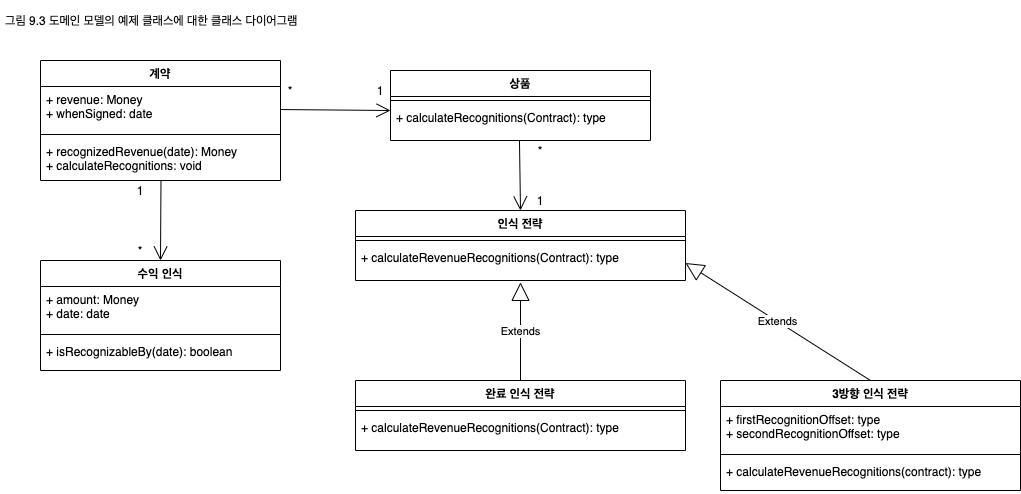
Above: pattern/domain-model/domain-model-9-3.png in wonder13662/pattern-of-enterprise-application-architecture (draw.io), before the change. Source tidied: cells renumbered, new cells last; positions are measured from the earlier drawing's top-left corner, leaving out a move shared by most shapes. The source it was exported from:
```xml
<mxGraphModel>
  <root>
    <mxCell id="0" />
    <mxCell id="1" parent="0" />
    <mxCell id="2" value="상품" style="swimlane;fontStyle=1;align=center;verticalAlign=top;horizontal=1;startSize=26;" parent="1" vertex="1">
      <mxGeometry x="390" y="70" width="260" height="70" as="geometry" />
    </mxCell>
    <mxCell id="3" style="line;strokeWidth=1;fillColor=none;align=left;verticalAlign=middle;spacingTop=-1;spacingLeft=3;spacingRight=3;labelPosition=right;" parent="2" vertex="1">
      <mxGeometry y="26" width="260" height="8" as="geometry" />
    </mxCell>
    <mxCell id="4" value="+ calculateRecognitions(Contract): type" style="text;strokeColor=none;fillColor=none;align=left;verticalAlign=top;spacingLeft=4;spacingRight=4;overflow=hidden;points=[[0,0.5],[1,0.5]];portConstraint=eastwest;" parent="2" vertex="1">
      <mxGeometry y="34" width="260" height="36" as="geometry" />
    </mxCell>
    <mxCell id="5" value="그림 9.3 도메인 모델의 예제 클래스에 대한 클래스 다이어그램" style="text;align=left;fontStyle=0;verticalAlign=middle;spacingLeft=3;spacingRight=3;strokeColor=none;labelPosition=center;verticalLabelPosition=middle;" parent="1" vertex="1">
      <mxGeometry width="680" height="40" as="geometry" />
    </mxCell>
    <mxCell id="6" value="계약" style="swimlane;fontStyle=1;align=center;verticalAlign=top;horizontal=1;startSize=26;" parent="1" vertex="1">
      <mxGeometry x="40" y="60" width="240" height="120" as="geometry" />
    </mxCell>
    <mxCell id="7" value="+ revenue: Money&#10;+ whenSigned: date" style="text;strokeColor=none;fillColor=none;align=left;verticalAlign=top;spacingLeft=4;spacingRight=4;overflow=hidden;points=[[0,0.5],[1,0.5]];portConstraint=eastwest;" parent="6" vertex="1">
      <mxGeometry y="26" width="240" height="44" as="geometry" />
    </mxCell>
    <mxCell id="8" style="line;strokeWidth=1;fillColor=none;align=left;verticalAlign=middle;spacingTop=-1;spacingLeft=3;spacingRight=3;labelPosition=right;" parent="6" vertex="1">
      <mxGeometry y="70" width="240" height="8" as="geometry" />
    </mxCell>
    <mxCell id="9" value="+ recognizedRevenue(date): Money&#10;+ calculateRecognitions: void" style="text;strokeColor=none;fillColor=none;align=left;verticalAlign=top;spacingLeft=4;spacingRight=4;overflow=hidden;points=[[0,0.5],[1,0.5]];portConstraint=eastwest;" parent="6" vertex="1">
      <mxGeometry y="78" width="240" height="42" as="geometry" />
    </mxCell>
    <mxCell id="10" style="endArrow=open;endFill=1;endSize=12;html=1;" parent="1" edge="1" source="7">
      <mxGeometry relative="1" as="geometry">
        <mxPoint x="390" y="110" as="targetPoint" />
      </mxGeometry>
    </mxCell>
    <mxCell id="11" value="수익 인식" style="swimlane;fontStyle=1;align=center;verticalAlign=top;horizontal=1;startSize=26;" parent="1" vertex="1">
      <mxGeometry x="40" y="260" width="240" height="110" as="geometry" />
    </mxCell>
    <mxCell id="12" value="+ amount: Money&#10;+ date: date" style="text;strokeColor=none;fillColor=none;align=left;verticalAlign=top;spacingLeft=4;spacingRight=4;overflow=hidden;" parent="11" vertex="1">
      <mxGeometry y="26" width="240" height="44" as="geometry" />
    </mxCell>
    <mxCell id="13" style="line;strokeWidth=1;fillColor=none;align=left;verticalAlign=middle;spacingTop=-1;spacingLeft=3;spacingRight=3;labelPosition=right;" parent="11" vertex="1">
      <mxGeometry y="70" width="240" height="8" as="geometry" />
    </mxCell>
    <mxCell id="14" value="+ isRecognizableBy(date): boolean" style="text;strokeColor=none;fillColor=none;align=left;verticalAlign=top;spacingLeft=4;spacingRight=4;overflow=hidden;" parent="11" vertex="1">
      <mxGeometry y="78" width="240" height="32" as="geometry" />
    </mxCell>
    <mxCell id="15" style="endArrow=open;endFill=1;endSize=12;html=1;entryX=0.5;entryY=0;entryDx=0;entryDy=0;exitX=0.502;exitY=1.005;exitDx=0;exitDy=0;exitPerimeter=0;" parent="1" edge="1" source="9" target="11">
      <mxGeometry relative="1" as="geometry" />
    </mxCell>
    <mxCell id="16" value="인식 전략" style="swimlane;fontStyle=1;align=center;verticalAlign=top;horizontal=1;startSize=26;" parent="1" vertex="1">
      <mxGeometry x="355" y="210" width="330" height="70" as="geometry" />
    </mxCell>
    <mxCell id="17" style="line;strokeWidth=1;fillColor=none;align=left;verticalAlign=middle;spacingTop=-1;spacingLeft=3;spacingRight=3;labelPosition=right;" parent="16" vertex="1">
      <mxGeometry y="26" width="330" height="8" as="geometry" />
    </mxCell>
    <mxCell id="18" value="+ calculateRevenueRecognitions(Contract): type" style="text;strokeColor=none;fillColor=none;align=left;verticalAlign=top;spacingLeft=4;spacingRight=4;overflow=hidden;points=[[0,0.5],[1,0.5]];portConstraint=eastwest;" parent="16" vertex="1">
      <mxGeometry y="34" width="330" height="36" as="geometry" />
    </mxCell>
    <mxCell id="19" style="endArrow=open;endFill=1;endSize=12;html=1;entryX=0.5;entryY=0;entryDx=0;entryDy=0;exitX=0.496;exitY=0.987;exitDx=0;exitDy=0;exitPerimeter=0;" parent="1" edge="1" source="4" target="16">
      <mxGeometry relative="1" as="geometry" />
    </mxCell>
    <mxCell id="20" value="완료 인식 전략" style="swimlane;fontStyle=1;align=center;verticalAlign=top;horizontal=1;startSize=26;" parent="1" vertex="1">
      <mxGeometry x="355" y="380" width="330" height="70" as="geometry" />
    </mxCell>
    <mxCell id="21" style="line;strokeWidth=1;fillColor=none;align=left;verticalAlign=middle;spacingTop=-1;spacingLeft=3;spacingRight=3;labelPosition=right;" parent="20" vertex="1">
      <mxGeometry y="26" width="330" height="8" as="geometry" />
    </mxCell>
    <mxCell id="22" value="+ calculateRevenueRecognitions(Contract): type" style="text;strokeColor=none;fillColor=none;align=left;verticalAlign=top;spacingLeft=4;spacingRight=4;overflow=hidden;" parent="20" vertex="1">
      <mxGeometry y="34" width="330" height="36" as="geometry" />
    </mxCell>
    <mxCell id="23" value="3방향 인식 전략" style="swimlane;fontStyle=1;align=center;verticalAlign=top;horizontal=1;startSize=26;" parent="1" vertex="1">
      <mxGeometry x="720" y="380" width="300" height="110" as="geometry" />
    </mxCell>
    <mxCell id="24" value="+ firstRecognitionOffset: type&#10;+ secondRecognitionOffset: type" style="text;strokeColor=none;fillColor=none;align=left;verticalAlign=top;spacingLeft=4;spacingRight=4;overflow=hidden;" parent="23" vertex="1">
      <mxGeometry y="26" width="300" height="44" as="geometry" />
    </mxCell>
    <mxCell id="25" style="line;strokeWidth=1;fillColor=none;align=left;verticalAlign=middle;spacingTop=-1;spacingLeft=3;spacingRight=3;labelPosition=right;" parent="23" vertex="1">
      <mxGeometry y="70" width="300" height="8" as="geometry" />
    </mxCell>
    <mxCell id="26" value="+ calculateRevenueRecognitions(contract): type" style="text;strokeColor=none;fillColor=none;align=left;verticalAlign=top;spacingLeft=4;spacingRight=4;overflow=hidden;" parent="23" vertex="1">
      <mxGeometry y="78" width="300" height="32" as="geometry" />
    </mxCell>
    <mxCell id="27" value="Extends" style="endArrow=block;endSize=16;endFill=0;html=1;entryX=0.5;entryY=1.052;entryDx=0;entryDy=0;entryPerimeter=0;exitX=0.5;exitY=0;exitDx=0;exitDy=0;" parent="1" edge="1" source="20" target="18">
      <mxGeometry relative="1" as="geometry" />
    </mxCell>
    <mxCell id="28" value="Extends" style="endArrow=block;endSize=16;endFill=0;html=1;exitX=0.5;exitY=0;exitDx=0;exitDy=0;entryX=1;entryY=0.75;entryDx=0;entryDy=0;" parent="1" edge="1" source="23" target="16">
      <mxGeometry relative="1" as="geometry" />
    </mxCell>
    <mxCell id="29" value="*" style="text;html=1;strokeColor=none;fillColor=none;align=center;verticalAlign=middle;whiteSpace=wrap;rounded=0;" parent="1" vertex="1">
      <mxGeometry x="280" y="80" width="20" height="20" as="geometry" />
    </mxCell>
    <mxCell id="30" value="*" style="text;html=1;strokeColor=none;fillColor=none;align=center;verticalAlign=middle;whiteSpace=wrap;rounded=0;" parent="1" vertex="1">
      <mxGeometry x="130" y="240" width="20" height="20" as="geometry" />
    </mxCell>
    <mxCell id="31" value="*" style="text;html=1;strokeColor=none;fillColor=none;align=center;verticalAlign=middle;whiteSpace=wrap;rounded=0;" parent="1" vertex="1">
      <mxGeometry x="530" y="140" width="20" height="20" as="geometry" />
    </mxCell>
    <mxCell id="32" value="1" style="text;html=1;strokeColor=none;fillColor=none;align=center;verticalAlign=middle;whiteSpace=wrap;rounded=0;" parent="1" vertex="1">
      <mxGeometry x="530" y="190" width="20" height="20" as="geometry" />
    </mxCell>
    <mxCell id="33" value="1" style="text;html=1;strokeColor=none;fillColor=none;align=center;verticalAlign=middle;whiteSpace=wrap;rounded=0;" parent="1" vertex="1">
      <mxGeometry x="370" y="80" width="20" height="20" as="geometry" />
    </mxCell>
    <mxCell id="34" value="1" style="text;html=1;strokeColor=none;fillColor=none;align=center;verticalAlign=middle;whiteSpace=wrap;rounded=0;" parent="1" vertex="1">
      <mxGeometry x="130" y="180" width="20" height="20" as="geometry" />
    </mxCell>
  </root>
</mxGraphModel>
```
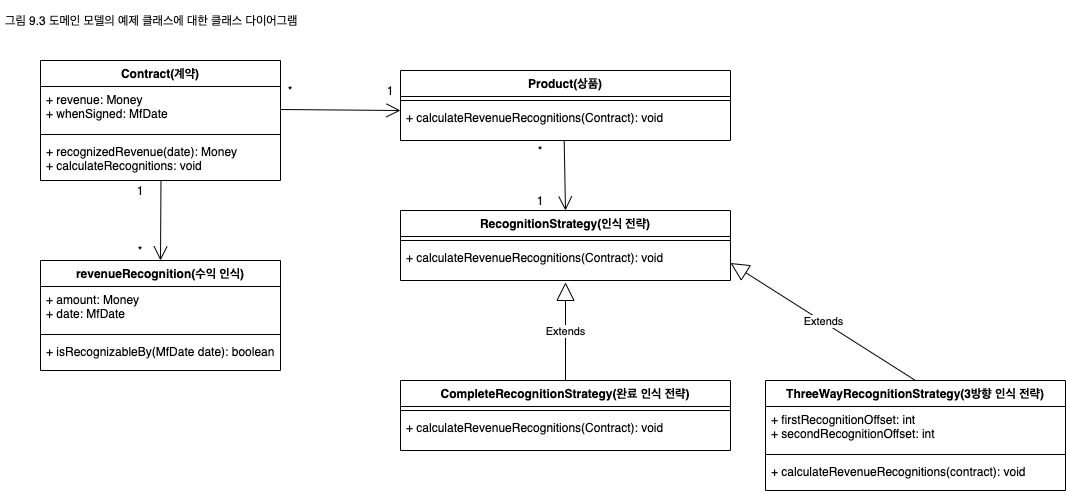
After the commit.

Commit message:
이미지 내용 수정

Change to the diagram source:
```diff
@@ -2,22 +2,22 @@
   <root>
     <mxCell id="0" />
     <mxCell id="1" parent="0" />
-    <mxCell id="2" value="상품" style="swimlane;fontStyle=1;align=center;verticalAlign=top;horizontal=1;startSize=26;" parent="1" vertex="1">
-      <mxGeometry x="390" y="70" width="260" height="70" as="geometry" />
+    <mxCell id="2" value="Product(상품)" style="swimlane;fontStyle=1;align=center;verticalAlign=top;horizontal=1;startSize=26;" parent="1" vertex="1">
+      <mxGeometry x="400" y="70" width="330" height="70" as="geometry" />
     </mxCell>
     <mxCell id="3" style="line;strokeWidth=1;fillColor=none;align=left;verticalAlign=middle;spacingTop=-1;spacingLeft=3;spacingRight=3;labelPosition=right;" parent="2" vertex="1">
-      <mxGeometry y="26" width="260" height="8" as="geometry" />
+      <mxGeometry y="26" width="330" height="8" as="geometry" />
     </mxCell>
-    <mxCell id="4" value="+ calculateRecognitions(Contract): type" style="text;strokeColor=none;fillColor=none;align=left;verticalAlign=top;spacingLeft=4;spacingRight=4;overflow=hidden;points=[[0,0.5],[1,0.5]];portConstraint=eastwest;" parent="2" vertex="1">
-      <mxGeometry y="34" width="260" height="36" as="geometry" />
+    <mxCell id="4" value="+ calculateRevenueRecognitions(Contract): void" style="text;strokeColor=none;fillColor=none;align=left;verticalAlign=top;spacingLeft=4;spacingRight=4;overflow=hidden;points=[[0,0.5],[1,0.5]];portConstraint=eastwest;" parent="2" vertex="1">
+      <mxGeometry y="34" width="330" height="36" as="geometry" />
     </mxCell>
     <mxCell id="5" value="그림 9.3 도메인 모델의 예제 클래스에 대한 클래스 다이어그램" style="text;align=left;fontStyle=0;verticalAlign=middle;spacingLeft=3;spacingRight=3;strokeColor=none;labelPosition=center;verticalLabelPosition=middle;" parent="1" vertex="1">
       <mxGeometry width="680" height="40" as="geometry" />
     </mxCell>
-    <mxCell id="6" value="계약" style="swimlane;fontStyle=1;align=center;verticalAlign=top;horizontal=1;startSize=26;" parent="1" vertex="1">
+    <mxCell id="6" value="Contract(계약)" style="swimlane;fontStyle=1;align=center;verticalAlign=top;horizontal=1;startSize=26;" parent="1" vertex="1">
       <mxGeometry x="40" y="60" width="240" height="120" as="geometry" />
     </mxCell>
-    <mxCell id="7" value="+ revenue: Money&#10;+ whenSigned: date" style="text;strokeColor=none;fillColor=none;align=left;verticalAlign=top;spacingLeft=4;spacingRight=4;overflow=hidden;points=[[0,0.5],[1,0.5]];portConstraint=eastwest;" parent="6" vertex="1">
+    <mxCell id="7" value="+ revenue: Money&#10;+ whenSigned: MfDate" style="text;strokeColor=none;fillColor=none;align=left;verticalAlign=top;spacingLeft=4;spacingRight=4;overflow=hidden;points=[[0,0.5],[1,0.5]];portConstraint=eastwest;" parent="6" vertex="1">
       <mxGeometry y="26" width="240" height="44" as="geometry" />
     </mxCell>
     <mxCell id="8" style="line;strokeWidth=1;fillColor=none;align=left;verticalAlign=middle;spacingTop=-1;spacingLeft=3;spacingRight=3;labelPosition=right;" parent="6" vertex="1">
@@ -26,57 +26,55 @@
     <mxCell id="9" value="+ recognizedRevenue(date): Money&#10;+ calculateRecognitions: void" style="text;strokeColor=none;fillColor=none;align=left;verticalAlign=top;spacingLeft=4;spacingRight=4;overflow=hidden;points=[[0,0.5],[1,0.5]];portConstraint=eastwest;" parent="6" vertex="1">
       <mxGeometry y="78" width="240" height="42" as="geometry" />
     </mxCell>
-    <mxCell id="10" style="endArrow=open;endFill=1;endSize=12;html=1;" parent="1" edge="1" source="7">
-      <mxGeometry relative="1" as="geometry">
-        <mxPoint x="390" y="110" as="targetPoint" />
-      </mxGeometry>
+    <mxCell id="10" style="endArrow=open;endFill=1;endSize=12;html=1;entryX=0;entryY=0.167;entryDx=0;entryDy=0;entryPerimeter=0;" parent="1" edge="1" source="7" target="4">
+      <mxGeometry relative="1" as="geometry" />
     </mxCell>
-    <mxCell id="11" value="수익 인식" style="swimlane;fontStyle=1;align=center;verticalAlign=top;horizontal=1;startSize=26;" parent="1" vertex="1">
+    <mxCell id="11" value="revenueRecognition(수익 인식)" style="swimlane;fontStyle=1;align=center;verticalAlign=top;horizontal=1;startSize=26;" parent="1" vertex="1">
       <mxGeometry x="40" y="260" width="240" height="110" as="geometry" />
     </mxCell>
-    <mxCell id="12" value="+ amount: Money&#10;+ date: date" style="text;strokeColor=none;fillColor=none;align=left;verticalAlign=top;spacingLeft=4;spacingRight=4;overflow=hidden;" parent="11" vertex="1">
+    <mxCell id="12" value="+ amount: Money&#10;+ date: MfDate" style="text;strokeColor=none;fillColor=none;align=left;verticalAlign=top;spacingLeft=4;spacingRight=4;overflow=hidden;" parent="11" vertex="1">
       <mxGeometry y="26" width="240" height="44" as="geometry" />
     </mxCell>
     <mxCell id="13" style="line;strokeWidth=1;fillColor=none;align=left;verticalAlign=middle;spacingTop=-1;spacingLeft=3;spacingRight=3;labelPosition=right;" parent="11" vertex="1">
       <mxGeometry y="70" width="240" height="8" as="geometry" />
     </mxCell>
-    <mxCell id="14" value="+ isRecognizableBy(date): boolean" style="text;strokeColor=none;fillColor=none;align=left;verticalAlign=top;spacingLeft=4;spacingRight=4;overflow=hidden;" parent="11" vertex="1">
+    <mxCell id="14" value="+ isRecognizableBy(MfDate date): boolean" style="text;strokeColor=none;fillColor=none;align=left;verticalAlign=top;spacingLeft=4;spacingRight=4;overflow=hidden;" parent="11" vertex="1">
       <mxGeometry y="78" width="240" height="32" as="geometry" />
     </mxCell>
     <mxCell id="15" style="endArrow=open;endFill=1;endSize=12;html=1;entryX=0.5;entryY=0;entryDx=0;entryDy=0;exitX=0.502;exitY=1.005;exitDx=0;exitDy=0;exitPerimeter=0;" parent="1" edge="1" source="9" target="11">
       <mxGeometry relative="1" as="geometry" />
     </mxCell>
-    <mxCell id="16" value="인식 전략" style="swimlane;fontStyle=1;align=center;verticalAlign=top;horizontal=1;startSize=26;" parent="1" vertex="1">
-      <mxGeometry x="355" y="210" width="330" height="70" as="geometry" />
+    <mxCell id="16" value="RecognitionStrategy(인식 전략)" style="swimlane;fontStyle=1;align=center;verticalAlign=top;horizontal=1;startSize=26;" parent="1" vertex="1">
+      <mxGeometry x="400" y="210" width="330" height="70" as="geometry" />
     </mxCell>
     <mxCell id="17" style="line;strokeWidth=1;fillColor=none;align=left;verticalAlign=middle;spacingTop=-1;spacingLeft=3;spacingRight=3;labelPosition=right;" parent="16" vertex="1">
       <mxGeometry y="26" width="330" height="8" as="geometry" />
     </mxCell>
-    <mxCell id="18" value="+ calculateRevenueRecognitions(Contract): type" style="text;strokeColor=none;fillColor=none;align=left;verticalAlign=top;spacingLeft=4;spacingRight=4;overflow=hidden;points=[[0,0.5],[1,0.5]];portConstraint=eastwest;" parent="16" vertex="1">
+    <mxCell id="18" value="+ calculateRevenueRecognitions(Contract): void" style="text;strokeColor=none;fillColor=none;align=left;verticalAlign=top;spacingLeft=4;spacingRight=4;overflow=hidden;points=[[0,0.5],[1,0.5]];portConstraint=eastwest;" parent="16" vertex="1">
       <mxGeometry y="34" width="330" height="36" as="geometry" />
     </mxCell>
     <mxCell id="19" style="endArrow=open;endFill=1;endSize=12;html=1;entryX=0.5;entryY=0;entryDx=0;entryDy=0;exitX=0.496;exitY=0.987;exitDx=0;exitDy=0;exitPerimeter=0;" parent="1" edge="1" source="4" target="16">
       <mxGeometry relative="1" as="geometry" />
     </mxCell>
-    <mxCell id="20" value="완료 인식 전략" style="swimlane;fontStyle=1;align=center;verticalAlign=top;horizontal=1;startSize=26;" parent="1" vertex="1">
-      <mxGeometry x="355" y="380" width="330" height="70" as="geometry" />
+    <mxCell id="20" value="CompleteRecognitionStrategy(완료 인식 전략)" style="swimlane;fontStyle=1;align=center;verticalAlign=top;horizontal=1;startSize=26;" parent="1" vertex="1">
+      <mxGeometry x="400" y="380" width="330" height="70" as="geometry" />
     </mxCell>
     <mxCell id="21" style="line;strokeWidth=1;fillColor=none;align=left;verticalAlign=middle;spacingTop=-1;spacingLeft=3;spacingRight=3;labelPosition=right;" parent="20" vertex="1">
       <mxGeometry y="26" width="330" height="8" as="geometry" />
     </mxCell>
-    <mxCell id="22" value="+ calculateRevenueRecognitions(Contract): type" style="text;strokeColor=none;fillColor=none;align=left;verticalAlign=top;spacingLeft=4;spacingRight=4;overflow=hidden;" parent="20" vertex="1">
+    <mxCell id="22" value="+ calculateRevenueRecognitions(Contract): void" style="text;strokeColor=none;fillColor=none;align=left;verticalAlign=top;spacingLeft=4;spacingRight=4;overflow=hidden;" parent="20" vertex="1">
       <mxGeometry y="34" width="330" height="36" as="geometry" />
     </mxCell>
-    <mxCell id="23" value="3방향 인식 전략" style="swimlane;fontStyle=1;align=center;verticalAlign=top;horizontal=1;startSize=26;" parent="1" vertex="1">
-      <mxGeometry x="720" y="380" width="300" height="110" as="geometry" />
+    <mxCell id="23" value="ThreeWayRecognitionStrategy(3방향 인식 전략)" style="swimlane;fontStyle=1;align=center;verticalAlign=top;horizontal=1;startSize=26;" parent="1" vertex="1">
+      <mxGeometry x="765" y="380" width="300" height="110" as="geometry" />
     </mxCell>
-    <mxCell id="24" value="+ firstRecognitionOffset: type&#10;+ secondRecognitionOffset: type" style="text;strokeColor=none;fillColor=none;align=left;verticalAlign=top;spacingLeft=4;spacingRight=4;overflow=hidden;" parent="23" vertex="1">
+    <mxCell id="24" value="+ firstRecognitionOffset: int&#10;+ secondRecognitionOffset: int" style="text;strokeColor=none;fillColor=none;align=left;verticalAlign=top;spacingLeft=4;spacingRight=4;overflow=hidden;" parent="23" vertex="1">
       <mxGeometry y="26" width="300" height="44" as="geometry" />
     </mxCell>
     <mxCell id="25" style="line;strokeWidth=1;fillColor=none;align=left;verticalAlign=middle;spacingTop=-1;spacingLeft=3;spacingRight=3;labelPosition=right;" parent="23" vertex="1">
       <mxGeometry y="70" width="300" height="8" as="geometry" />
     </mxCell>
-    <mxCell id="26" value="+ calculateRevenueRecognitions(contract): type" style="text;strokeColor=none;fillColor=none;align=left;verticalAlign=top;spacingLeft=4;spacingRight=4;overflow=hidden;" parent="23" vertex="1">
+    <mxCell id="26" value="+ calculateRevenueRecognitions(contract): void" style="text;strokeColor=none;fillColor=none;align=left;verticalAlign=top;spacingLeft=4;spacingRight=4;overflow=hidden;" parent="23" vertex="1">
       <mxGeometry y="78" width="300" height="32" as="geometry" />
     </mxCell>
     <mxCell id="27" value="Extends" style="endArrow=block;endSize=16;endFill=0;html=1;entryX=0.5;entryY=1.052;entryDx=0;entryDy=0;entryPerimeter=0;exitX=0.5;exitY=0;exitDx=0;exitDy=0;" parent="1" edge="1" source="20" target="18">
@@ -98,7 +96,7 @@
       <mxGeometry x="530" y="190" width="20" height="20" as="geometry" />
     </mxCell>
     <mxCell id="33" value="1" style="text;html=1;strokeColor=none;fillColor=none;align=center;verticalAlign=middle;whiteSpace=wrap;rounded=0;" parent="1" vertex="1">
-      <mxGeometry x="370" y="80" width="20" height="20" as="geometry" />
+      <mxGeometry x="380" y="80" width="20" height="20" as="geometry" />
     </mxCell>
     <mxCell id="34" value="1" style="text;html=1;strokeColor=none;fillColor=none;align=center;verticalAlign=middle;whiteSpace=wrap;rounded=0;" parent="1" vertex="1">
       <mxGeometry x="130" y="180" width="20" height="20" as="geometry" />
```
